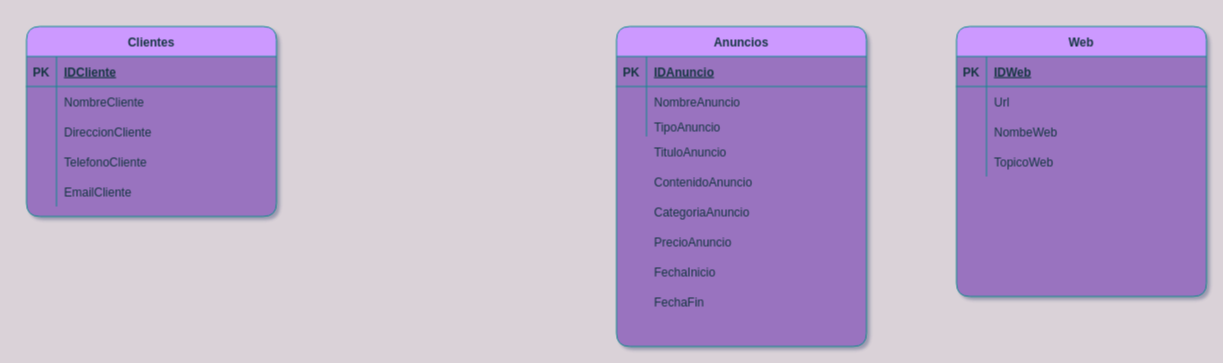
Above: bases de datos/agencia web.drawio in Krono159/bases-de-datos (draw.io), before the change. Source tidied: cells renumbered, new cells numbered last; positions are measured from the earlier drawing's top-left corner, leaving out a move shared by most shapes. Both pictures are drawn from the tidied source at 100%, with x=0, y=0 at pixel (26, 26).
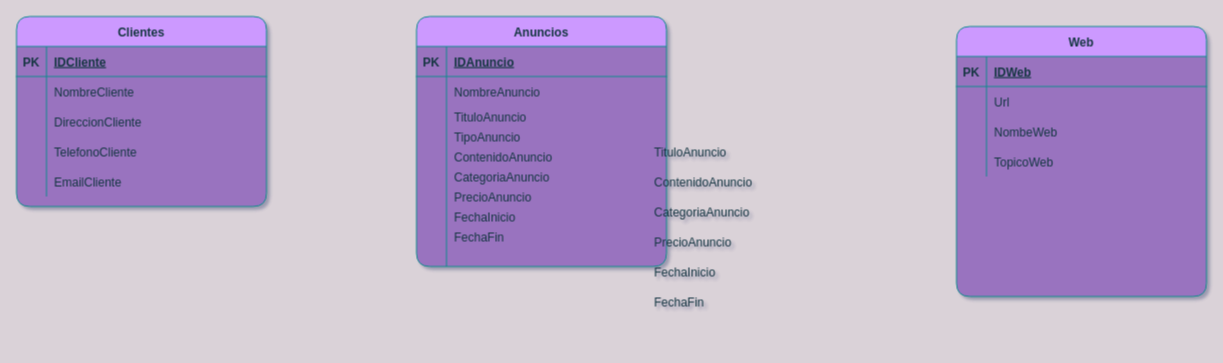
The same diagram, later.

Unchanged cells that the change refers to:
```xml
<mxCell id="9" style="shape=partialRectangle;fillColor=none;top=0;left=0;right=0;bottom=0;strokeColor=#0F8B8D;fontColor=#143642;rounded=1;" parent="2" vertex="1">
  <mxGeometry y="90" width="250" height="20" as="geometry" />
</mxCell>
```

The edit, as a diff of the source:
```diff
@@
     <mxCell id="2" value="Anuncios" style="shape=table;startSize=30;childLayout=tableLayout;rowLines=0;fontStyle=1;align=center;fillColor=#CC99FF;strokeColor=#0F8B8D;fontColor=#143642;rounded=1;gradientDirection=north;swimlaneFillColor=#9973BF;" parent="1" vertex="1">
-      <mxGeometry x="590" width="250" height="320" as="geometry" />
+      <mxGeometry x="390" y="-10" width="250" height="250" as="geometry" />
     </mxCell>
@@
-    <mxCell id="11" value="TipoAnuncio" style="shape=partialRectangle;overflow=hidden;fillColor=none;top=0;left=0;bottom=0;right=0;align=left;spacingLeft=6;strokeColor=#0F8B8D;fontColor=#143642;rounded=1;" parent="9" vertex="1">
+    <mxCell id="11" value="TituloAnuncio    " style="shape=partialRectangle;overflow=hidden;fillColor=none;top=0;left=0;bottom=0;right=0;align=left;spacingLeft=6;strokeColor=#0F8B8D;fontColor=#143642;rounded=1;" parent="9" vertex="1">
       <mxGeometry x="30" width="220" height="20" as="geometry" />
     </mxCell>
+    <mxCell id="53" style="shape=partialRectangle;fillColor=none;top=0;left=0;right=0;bottom=0;strokeColor=#0F8B8D;fontColor=#143642;rounded=1;" parent="2" vertex="1">
+      <mxGeometry y="110" width="250" height="20" as="geometry" />
+    </mxCell>
+    <mxCell id="54" style="shape=partialRectangle;overflow=hidden;fillColor=none;top=0;left=0;bottom=0;right=0;strokeColor=#0F8B8D;fontColor=#143642;rounded=1;" parent="53" vertex="1">
+      <mxGeometry width="30" height="20" as="geometry" />
+    </mxCell>
+    <mxCell id="55" value="TipoAnuncio" style="shape=partialRectangle;overflow=hidden;fillColor=none;top=0;left=0;bottom=0;right=0;align=left;spacingLeft=6;strokeColor=#0F8B8D;fontColor=#143642;rounded=1;" parent="53" vertex="1">
+      <mxGeometry x="30" width="220" height="20" as="geometry" />
+    </mxCell>
+    <mxCell id="56" style="shape=partialRectangle;fillColor=none;top=0;left=0;right=0;bottom=0;strokeColor=#0F8B8D;fontColor=#143642;rounded=1;" parent="2" vertex="1">
+      <mxGeometry y="130" width="250" height="20" as="geometry" />
+    </mxCell>
+    <mxCell id="57" style="shape=partialRectangle;overflow=hidden;fillColor=none;top=0;left=0;bottom=0;right=0;strokeColor=#0F8B8D;fontColor=#143642;rounded=1;" parent="56" vertex="1">
+      <mxGeometry width="30" height="20" as="geometry" />
+    </mxCell>
+    <mxCell id="58" value="ContenidoAnuncio" style="shape=partialRectangle;overflow=hidden;fillColor=none;top=0;left=0;bottom=0;right=0;align=left;spacingLeft=6;strokeColor=#0F8B8D;fontColor=#143642;rounded=1;" parent="56" vertex="1">
+      <mxGeometry x="30" width="220" height="20" as="geometry" />
+    </mxCell>
+    <mxCell id="59" style="shape=partialRectangle;fillColor=none;top=0;left=0;right=0;bottom=0;strokeColor=#0F8B8D;fontColor=#143642;rounded=1;" parent="2" vertex="1">
+      <mxGeometry y="150" width="250" height="20" as="geometry" />
+    </mxCell>
+    <mxCell id="60" style="shape=partialRectangle;overflow=hidden;fillColor=none;top=0;left=0;bottom=0;right=0;strokeColor=#0F8B8D;fontColor=#143642;rounded=1;" parent="59" vertex="1">
+      <mxGeometry width="30" height="20" as="geometry" />
+    </mxCell>
+    <mxCell id="61" value="CategoriaAnuncio" style="shape=partialRectangle;overflow=hidden;fillColor=none;top=0;left=0;bottom=0;right=0;align=left;spacingLeft=6;strokeColor=#0F8B8D;fontColor=#143642;rounded=1;" parent="59" vertex="1">
+      <mxGeometry x="30" width="220" height="20" as="geometry" />
+    </mxCell>
+    <mxCell id="62" style="shape=partialRectangle;fillColor=none;top=0;left=0;right=0;bottom=0;strokeColor=#0F8B8D;fontColor=#143642;rounded=1;" parent="2" vertex="1">
+      <mxGeometry y="170" width="250" height="20" as="geometry" />
+    </mxCell>
+    <mxCell id="63" style="shape=partialRectangle;overflow=hidden;fillColor=none;top=0;left=0;bottom=0;right=0;strokeColor=#0F8B8D;fontColor=#143642;rounded=1;" parent="62" vertex="1">
+      <mxGeometry width="30" height="20" as="geometry" />
+    </mxCell>
+    <mxCell id="64" value="PrecioAnuncio" style="shape=partialRectangle;overflow=hidden;fillColor=none;top=0;left=0;bottom=0;right=0;align=left;spacingLeft=6;strokeColor=#0F8B8D;fontColor=#143642;rounded=1;" parent="62" vertex="1">
+      <mxGeometry x="30" width="220" height="20" as="geometry" />
+    </mxCell>
+    <mxCell id="65" style="shape=partialRectangle;fillColor=none;top=0;left=0;right=0;bottom=0;strokeColor=#0F8B8D;fontColor=#143642;rounded=1;" parent="2" vertex="1">
+      <mxGeometry y="190" width="250" height="20" as="geometry" />
+    </mxCell>
+    <mxCell id="66" style="shape=partialRectangle;overflow=hidden;fillColor=none;top=0;left=0;bottom=0;right=0;strokeColor=#0F8B8D;fontColor=#143642;rounded=1;" parent="65" vertex="1">
+      <mxGeometry width="30" height="20" as="geometry" />
+    </mxCell>
+    <mxCell id="67" value="FechaInicio" style="shape=partialRectangle;overflow=hidden;fillColor=none;top=0;left=0;bottom=0;right=0;align=left;spacingLeft=6;strokeColor=#0F8B8D;fontColor=#143642;rounded=1;" parent="65" vertex="1">
+      <mxGeometry x="30" width="220" height="20" as="geometry" />
+    </mxCell>
+    <mxCell id="68" style="shape=partialRectangle;fillColor=none;top=0;left=0;right=0;bottom=0;strokeColor=#0F8B8D;fontColor=#143642;rounded=1;" parent="2" vertex="1">
+      <mxGeometry y="210" width="250" height="20" as="geometry" />
+    </mxCell>
+    <mxCell id="69" style="shape=partialRectangle;overflow=hidden;fillColor=none;top=0;left=0;bottom=0;right=0;strokeColor=#0F8B8D;fontColor=#143642;rounded=1;" parent="68" vertex="1">
+      <mxGeometry width="30" height="20" as="geometry" />
+    </mxCell>
+    <mxCell id="70" value="FechaFin" style="shape=partialRectangle;overflow=hidden;fillColor=none;top=0;left=0;bottom=0;right=0;align=left;spacingLeft=6;strokeColor=#0F8B8D;fontColor=#143642;rounded=1;" parent="68" vertex="1">
+      <mxGeometry x="30" width="220" height="20" as="geometry" />
+    </mxCell>
+    <mxCell id="71" style="shape=partialRectangle;fillColor=none;top=0;left=0;right=0;bottom=0;strokeColor=#0F8B8D;fontColor=#143642;rounded=1;" parent="2" vertex="1">
+      <mxGeometry y="230" width="250" height="20" as="geometry" />
+    </mxCell>
+    <mxCell id="72" style="shape=partialRectangle;overflow=hidden;fillColor=none;top=0;left=0;bottom=0;right=0;strokeColor=#0F8B8D;fontColor=#143642;rounded=1;" parent="71" vertex="1">
+      <mxGeometry width="30" height="20" as="geometry" />
+    </mxCell>
+    <mxCell id="73" style="shape=partialRectangle;overflow=hidden;fillColor=none;top=0;left=0;bottom=0;right=0;align=left;spacingLeft=6;strokeColor=#0F8B8D;fontColor=#143642;rounded=1;" parent="71" vertex="1">
+      <mxGeometry x="30" width="220" height="20" as="geometry" />
+    </mxCell>
@@
     <mxCell id="25" value="Clientes" style="shape=table;startSize=30;childLayout=tableLayout;rowLines=0;fontStyle=1;align=center;fillColor=#CC99FF;strokeColor=#0F8B8D;fontColor=#143642;rounded=1;swimlaneFillColor=#9973BF;" parent="1" vertex="1">
-      <mxGeometry width="250" height="190" as="geometry" />
+      <mxGeometry x="-10" y="-10" width="250" height="190" as="geometry" />
     </mxCell>
@@
-    <mxCell id="41" style="shape=partialRectangle;overflow=hidden;fillColor=none;top=0;left=0;bottom=0;right=0;strokeColor=#0F8B8D;fontColor=#143642;rounded=1;" parent="1" vertex="1">
-      <mxGeometry x="590" y="110" width="30" height="30" as="geometry" />
-    </mxCell>
@@
-    <mxCell id="43" style="shape=partialRectangle;overflow=hidden;fillColor=none;top=0;left=0;bottom=0;right=0;strokeColor=#0F8B8D;fontColor=#143642;rounded=1;" parent="1" vertex="1">
-      <mxGeometry x="590" y="140" width="30" height="30" as="geometry" />
-    </mxCell>
@@
-    <mxCell id="45" style="shape=partialRectangle;overflow=hidden;fillColor=none;top=0;left=0;bottom=0;right=0;strokeColor=#0F8B8D;fontColor=#143642;rounded=1;" parent="1" vertex="1">
-      <mxGeometry x="590" y="170" width="30" height="30" as="geometry" />
-    </mxCell>
@@
-    <mxCell id="47" style="shape=partialRectangle;overflow=hidden;fillColor=none;top=0;left=0;bottom=0;right=0;strokeColor=#0F8B8D;fontColor=#143642;rounded=1;" parent="1" vertex="1">
-      <mxGeometry x="590" y="200" width="30" height="30" as="geometry" />
-    </mxCell>
@@
-    <mxCell id="49" style="shape=partialRectangle;overflow=hidden;fillColor=none;top=0;left=0;bottom=0;right=0;strokeColor=#0F8B8D;fontColor=#143642;rounded=1;" parent="1" vertex="1">
-      <mxGeometry x="590" y="230" width="30" height="30" as="geometry" />
-    </mxCell>
@@
-    <mxCell id="51" style="shape=partialRectangle;overflow=hidden;fillColor=none;top=0;left=0;bottom=0;right=0;strokeColor=#0F8B8D;fontColor=#143642;rounded=1;" parent="1" vertex="1">
-      <mxGeometry x="590" y="260" width="30" height="30" as="geometry" />
-    </mxCell>
```
